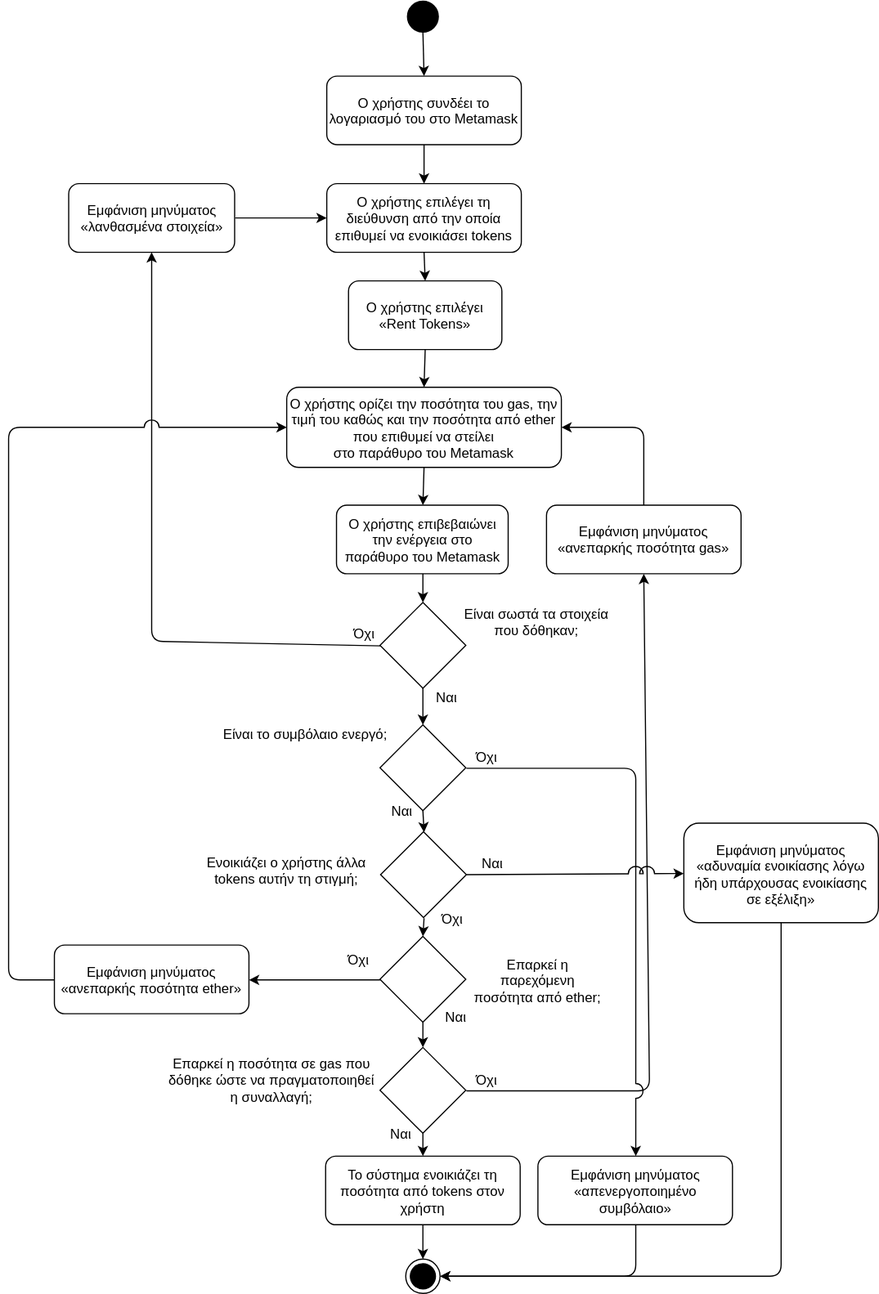
This is diagrams/RentTokens/RentTokens.svg from gkamtzir/Ethereum-ICO-Diploma-Thesis, a draw.io export, as it was before one commit. Source tidied: cells renumbered, new cells last; positions are measured from the earlier drawing's top-left corner, leaving out a move shared by most shapes.
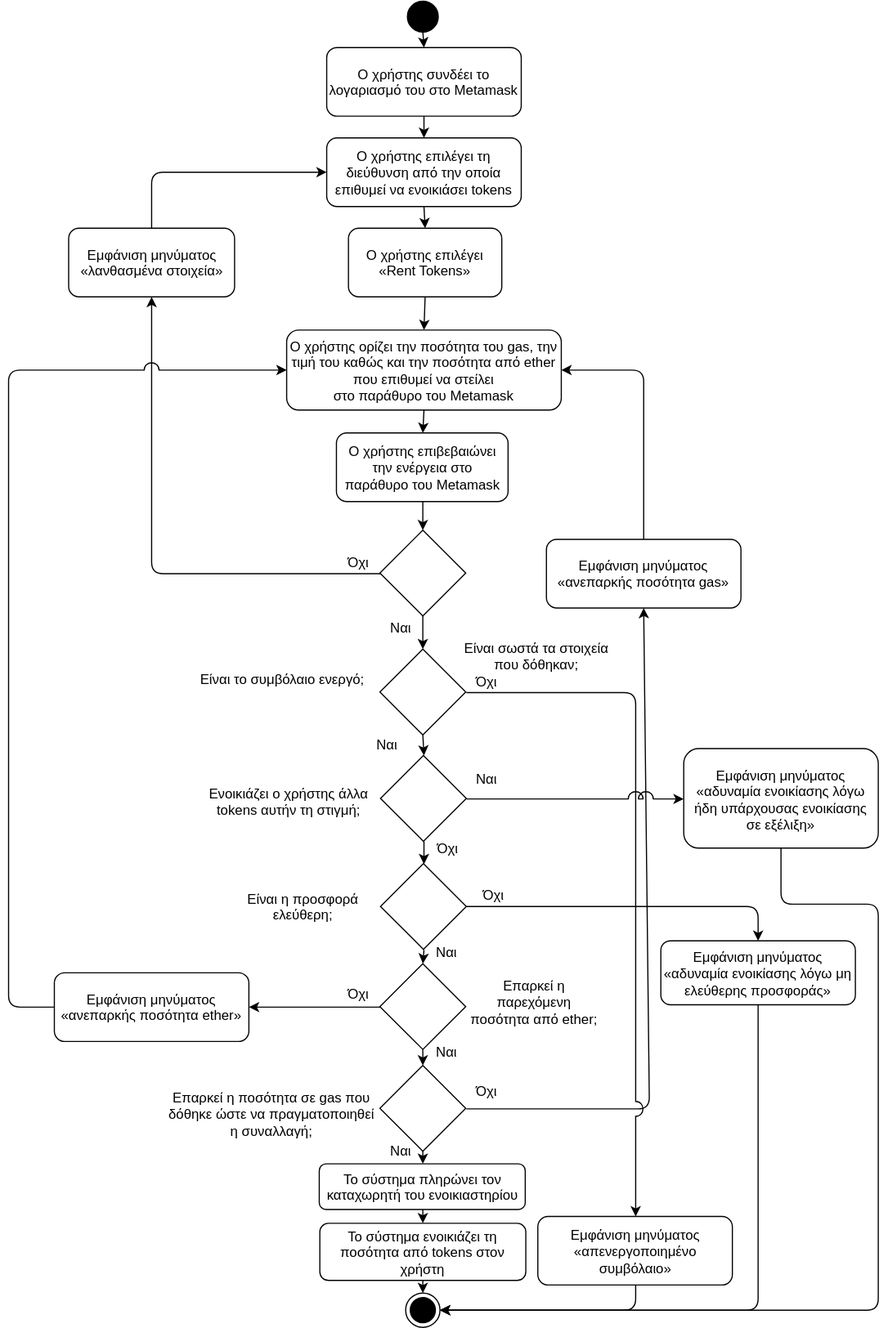
After the change.

Commit message:
Added new state and decision to RentToken flowchart.

The edit, as a diff of the source:
```diff
@@ -3,43 +3,43 @@
     <mxCell id="0" />
     <mxCell id="1" parent="0" />
     <mxCell id="2" style="ellipse;whiteSpace=wrap;html=1;fillColor=#000000;gradientColor=none;" parent="1" vertex="1">
-      <mxGeometry x="348" width="27" height="27" as="geometry" />
+      <mxGeometry x="348" y="-30" width="27" height="27" as="geometry" />
     </mxCell>
     <mxCell id="3" value="Ο χρήστης συνδέει το λογαριασμό του στο Metamask" style="rounded=1;whiteSpace=wrap;html=1;fillColor=#ffffff;gradientColor=none;" parent="1" vertex="1">
-      <mxGeometry x="278" y="66" width="170" height="60" as="geometry" />
+      <mxGeometry x="278" y="11" width="170" height="60" as="geometry" />
     </mxCell>
     <mxCell id="4" value="Ο χρήστης επιλέγει τη διεύθυνση από την οποία επιθυμεί να ενοικιάσει tokens" style="rounded=1;whiteSpace=wrap;html=1;fillColor=#ffffff;gradientColor=none;" parent="1" vertex="1">
-      <mxGeometry x="278" y="160" width="170" height="60" as="geometry" />
+      <mxGeometry x="278" y="90" width="170" height="60" as="geometry" />
     </mxCell>
     <mxCell id="5" value="Ο χρήστης επιλέγει «Rent Tokens»" style="rounded=1;whiteSpace=wrap;html=1;fillColor=#ffffff;gradientColor=none;" parent="1" vertex="1">
-      <mxGeometry x="297" y="245" width="134" height="60" as="geometry" />
+      <mxGeometry x="297" y="169" width="134" height="60" as="geometry" />
     </mxCell>
     <mxCell id="6" value="Ο χρήστης ορίζει την ποσότητα του gas, την τιμή του καθώς και την ποσότητα από ether που επιθυμεί να στείλει&lt;br&gt;στο παράθυρο του Metamask" style="rounded=1;whiteSpace=wrap;html=1;fillColor=#ffffff;gradientColor=none;" parent="1" vertex="1">
-      <mxGeometry x="243" y="338" width="240" height="70" as="geometry" />
+      <mxGeometry x="243" y="258" width="240" height="70" as="geometry" />
     </mxCell>
     <mxCell id="7" value="Ο χρήστης επιβεβαιώνει την ενέργεια στο παράθυρο του Metamask" style="rounded=1;whiteSpace=wrap;html=1;fillColor=#ffffff;gradientColor=none;" parent="1" vertex="1">
-      <mxGeometry x="286.5" y="441" width="150" height="60" as="geometry" />
+      <mxGeometry x="286.5" y="348" width="150" height="60" as="geometry" />
     </mxCell>
     <mxCell id="8" style="rhombus;whiteSpace=wrap;html=1;fillColor=#ffffff;gradientColor=none;" parent="1" vertex="1">
-      <mxGeometry x="324.5" y="526" width="75" height="75" as="geometry" />
+      <mxGeometry x="324.5" y="433" width="75" height="75" as="geometry" />
     </mxCell>
     <mxCell id="9" value="Είναι σωστά τα στοιχεία που δόθηκαν;" style="text;html=1;strokeColor=none;fillColor=none;align=center;verticalAlign=middle;whiteSpace=wrap;rounded=0;" parent="1" vertex="1">
       <mxGeometry x="390" y="513" width="143" height="60" as="geometry" />
     </mxCell>
     <mxCell id="10" style="rhombus;whiteSpace=wrap;html=1;fillColor=#ffffff;gradientColor=none;" parent="1" vertex="1">
-      <mxGeometry x="324.5" y="633" width="75" height="75" as="geometry" />
+      <mxGeometry x="324.5" y="537" width="75" height="75" as="geometry" />
     </mxCell>
     <mxCell id="11" value="Είναι το συμβόλαιο ενεργό;" style="text;html=1;strokeColor=none;fillColor=none;align=center;verticalAlign=middle;whiteSpace=wrap;rounded=0;" parent="1" vertex="1">
-      <mxGeometry x="169" y="620.5" width="179" height="40" as="geometry" />
+      <mxGeometry x="149" y="543" width="179" height="40" as="geometry" />
     </mxCell>
     <mxCell id="12" style="rhombus;whiteSpace=wrap;html=1;fillColor=#ffffff;gradientColor=none;" parent="1" vertex="1">
-      <mxGeometry x="324.5" y="818" width="75" height="75" as="geometry" />
+      <mxGeometry x="324.5" y="812" width="75" height="75" as="geometry" />
     </mxCell>
     <mxCell id="13" value="Επαρκεί η παρεχόμενη ποσότητα από ether;" style="text;html=1;strokeColor=none;fillColor=none;align=center;verticalAlign=middle;whiteSpace=wrap;rounded=0;" parent="1" vertex="1">
-      <mxGeometry x="402" y="835.5" width="121" height="40" as="geometry" />
+      <mxGeometry x="399" y="825" width="121" height="40" as="geometry" />
     </mxCell>
     <mxCell id="14" style="rhombus;whiteSpace=wrap;html=1;fillColor=#ffffff;gradientColor=none;" parent="1" vertex="1">
-      <mxGeometry x="324.5" y="915" width="75" height="75" as="geometry" />
+      <mxGeometry x="324.5" y="901" width="75" height="75" as="geometry" />
     </mxCell>
     <mxCell id="15" value="Επαρκεί η ποσότητα σε gas που δόθηκε ώστε να πραγματοποιηθεί η συναλλαγή;" style="text;html=1;strokeColor=none;fillColor=none;align=center;verticalAlign=middle;whiteSpace=wrap;rounded=0;" parent="1" vertex="1">
       <mxGeometry x="137.5" y="912.5" width="184" height="60" as="geometry" />
@@ -71,46 +71,46 @@
     <mxCell id="24" style="endArrow=classic;html=1;entryX=0.5;entryY=0;entryDx=0;entryDy=0;exitX=0.5;exitY=1;exitDx=0;exitDy=0;" parent="1" edge="1" source="12" target="14">
       <mxGeometry relative="1" as="geometry" />
     </mxCell>
-    <mxCell id="25" style="endArrow=classic;html=1;exitX=0.5;exitY=1;exitDx=0;exitDy=0;entryX=0.5;entryY=0;entryDx=0;entryDy=0;" parent="1" edge="1" source="14" target="45">
+    <mxCell id="25" style="endArrow=classic;html=1;exitX=0.5;exitY=1;exitDx=0;exitDy=0;entryX=0.5;entryY=0;entryDx=0;entryDy=0;" parent="1" edge="1" source="14" target="63">
       <mxGeometry relative="1" as="geometry" />
     </mxCell>
     <mxCell id="26" value="Εμφάνιση μηνύματος «λανθασμένα στοιχεία»" style="rounded=1;whiteSpace=wrap;html=1;" parent="1" vertex="1">
-      <mxGeometry x="52.5" y="160" width="145" height="60" as="geometry" />
+      <mxGeometry x="52.5" y="169" width="145" height="60" as="geometry" />
     </mxCell>
     <mxCell id="27" value="Εμφάνιση μηνύματος «ανεπαρκής ποσότητα&amp;nbsp;gas»" style="rounded=1;whiteSpace=wrap;html=1;" parent="1" vertex="1">
       <mxGeometry x="470" y="441" width="170" height="60" as="geometry" />
     </mxCell>
     <mxCell id="28" value="Εμφάνιση μηνύματος «απενεργοποιημένο συμβόλαιο»" style="rounded=1;whiteSpace=wrap;html=1;" parent="1" vertex="1">
-      <mxGeometry x="462.5" y="1010" width="170" height="60" as="geometry" />
+      <mxGeometry x="462.5" y="1033" width="170" height="60" as="geometry" />
     </mxCell>
     <mxCell id="29" value="Εμφάνιση μηνύματος «ανεπαρκής ποσότητα ether»" style="rounded=1;whiteSpace=wrap;html=1;" parent="1" vertex="1">
-      <mxGeometry x="40" y="825.5" width="170" height="60" as="geometry" />
+      <mxGeometry x="40" y="820" width="170" height="60" as="geometry" />
     </mxCell>
     <mxCell id="30" style="endArrow=classic;html=1;exitX=1;exitY=0.5;exitDx=0;exitDy=0;entryX=0.5;entryY=1;entryDx=0;entryDy=0;" parent="1" edge="1" source="14" target="27">
       <mxGeometry relative="1" as="geometry">
         <Array as="points">
-          <mxPoint x="560" y="953" />
+          <mxPoint x="560" y="939" />
         </Array>
       </mxGeometry>
     </mxCell>
     <mxCell id="31" style="endArrow=classic;html=1;exitX=0.5;exitY=0;exitDx=0;exitDy=0;entryX=1;entryY=0.5;entryDx=0;entryDy=0;" parent="1" edge="1" source="27" target="6">
       <mxGeometry relative="1" as="geometry">
         <Array as="points">
-          <mxPoint x="555" y="373" />
+          <mxPoint x="555" y="293" />
         </Array>
       </mxGeometry>
     </mxCell>
     <mxCell id="32" style="endArrow=classic;html=1;exitX=0;exitY=0.5;exitDx=0;exitDy=0;entryX=0.5;entryY=1;entryDx=0;entryDy=0;" parent="1" edge="1" source="8" target="26">
       <mxGeometry relative="1" as="geometry">
         <Array as="points">
-          <mxPoint x="125" y="560" />
+          <mxPoint x="125" y="471" />
         </Array>
       </mxGeometry>
     </mxCell>
     <mxCell id="33" style="endArrow=classic;html=1;exitX=1;exitY=0.5;exitDx=0;exitDy=0;entryX=0.5;entryY=0;entryDx=0;entryDy=0;jumpStyle=arc;jumpSize=13;" parent="1" edge="1" source="10" target="28">
       <mxGeometry relative="1" as="geometry">
         <Array as="points">
-          <mxPoint x="548" y="671" />
+          <mxPoint x="548" y="575" />
         </Array>
       </mxGeometry>
     </mxCell>
@@ -120,8 +120,8 @@
     <mxCell id="35" style="endArrow=classic;html=1;exitX=0;exitY=0.5;exitDx=0;exitDy=0;entryX=0;entryY=0.5;entryDx=0;entryDy=0;jumpStyle=arc;jumpSize=13;" parent="1" edge="1" source="29" target="6">
       <mxGeometry relative="1" as="geometry">
         <Array as="points">
-          <mxPoint y="856" />
-          <mxPoint y="373" />
+          <mxPoint y="850" />
+          <mxPoint y="293" />
         </Array>
       </mxGeometry>
     </mxCell>
@@ -133,31 +133,31 @@
       </mxGeometry>
     </mxCell>
     <mxCell id="37" value="Όχι" style="text;html=1;strokeColor=none;fillColor=none;align=center;verticalAlign=middle;whiteSpace=wrap;rounded=0;" parent="1" vertex="1">
-      <mxGeometry x="290" y="543" width="40" height="20" as="geometry" />
+      <mxGeometry x="285" y="451" width="40" height="20" as="geometry" />
     </mxCell>
     <mxCell id="38" value="Ναι" style="text;html=1;strokeColor=none;fillColor=none;align=center;verticalAlign=middle;whiteSpace=wrap;rounded=0;" parent="1" vertex="1">
-      <mxGeometry x="362" y="599" width="40" height="20" as="geometry" />
+      <mxGeometry x="321.5" y="508" width="40" height="20" as="geometry" />
     </mxCell>
     <mxCell id="39" value="Ναι" style="text;html=1;strokeColor=none;fillColor=none;align=center;verticalAlign=middle;whiteSpace=wrap;rounded=0;" parent="1" vertex="1">
-      <mxGeometry x="323" y="698" width="40" height="20" as="geometry" />
+      <mxGeometry x="310" y="610" width="40" height="20" as="geometry" />
     </mxCell>
     <mxCell id="40" value="Όχι" style="text;html=1;strokeColor=none;fillColor=none;align=center;verticalAlign=middle;whiteSpace=wrap;rounded=0;" parent="1" vertex="1">
-      <mxGeometry x="396.5" y="650.5" width="40" height="20" as="geometry" />
+      <mxGeometry x="396.5" y="554.5" width="40" height="20" as="geometry" />
     </mxCell>
     <mxCell id="41" value="Ναι" style="text;html=1;strokeColor=none;fillColor=none;align=center;verticalAlign=middle;whiteSpace=wrap;rounded=0;" parent="1" vertex="1">
-      <mxGeometry x="370" y="877.5" width="40" height="20" as="geometry" />
+      <mxGeometry x="362" y="879" width="40" height="20" as="geometry" />
     </mxCell>
     <mxCell id="42" value="Όχι" style="text;html=1;strokeColor=none;fillColor=none;align=center;verticalAlign=middle;whiteSpace=wrap;rounded=0;" parent="1" vertex="1">
       <mxGeometry x="284.5" y="827.5" width="40" height="20" as="geometry" />
     </mxCell>
     <mxCell id="43" value="Ναι" style="text;html=1;strokeColor=none;fillColor=none;align=center;verticalAlign=middle;whiteSpace=wrap;rounded=0;" parent="1" vertex="1">
-      <mxGeometry x="321.5" y="980" width="40" height="20" as="geometry" />
+      <mxGeometry x="321.5" y="965" width="40" height="20" as="geometry" />
     </mxCell>
     <mxCell id="44" value="Όχι" style="text;html=1;strokeColor=none;fillColor=none;align=center;verticalAlign=middle;whiteSpace=wrap;rounded=0;" parent="1" vertex="1">
-      <mxGeometry x="396.5" y="932.5" width="40" height="20" as="geometry" />
+      <mxGeometry x="396.5" y="912.5" width="40" height="20" as="geometry" />
     </mxCell>
     <mxCell id="45" value="Το σύστημα ενοικιάζει τη ποσότητα από tokens στον χρήστη" style="rounded=1;whiteSpace=wrap;html=1;" parent="1" vertex="1">
-      <mxGeometry x="277" y="1010" width="170" height="60" as="geometry" />
+      <mxGeometry x="272" y="1039" width="180" height="50" as="geometry" />
     </mxCell>
     <mxCell id="46" style="endArrow=classic;html=1;exitX=0.5;exitY=1;exitDx=0;exitDy=0;entryX=0.5;entryY=0;entryDx=0;entryDy=0;" parent="1" edge="1" source="45" target="47">
       <mxGeometry relative="1" as="geometry" />
@@ -165,26 +165,27 @@
     <mxCell id="47" style="ellipse;html=1;shape=endState;fillColor=#000000;strokeColor=#000000;" parent="1" vertex="1">
       <mxGeometry x="347" y="1100" width="30" height="30" as="geometry" />
     </mxCell>
-    <mxCell id="48" style="endArrow=classic;html=1;exitX=1;exitY=0.5;exitDx=0;exitDy=0;entryX=0;entryY=0.5;entryDx=0;entryDy=0;" parent="1" edge="1" source="26" target="4">
-      <mxGeometry relative="1" as="geometry" />
+    <mxCell id="48" style="endArrow=classic;html=1;exitX=0.5;exitY=0;exitDx=0;exitDy=0;entryX=0;entryY=0.5;entryDx=0;entryDy=0;" parent="1" edge="1" source="26" target="4">
+      <mxGeometry relative="1" as="geometry">
+        <Array as="points">
+          <mxPoint x="125" y="120" />
+        </Array>
+      </mxGeometry>
     </mxCell>
     <mxCell id="49" style="rhombus;whiteSpace=wrap;html=1;fillColor=#ffffff;gradientColor=none;" parent="1" vertex="1">
-      <mxGeometry x="325" y="726.5" width="75" height="75" as="geometry" />
+      <mxGeometry x="325" y="630" width="75" height="75" as="geometry" />
     </mxCell>
     <mxCell id="50" value="Ενοικιάζει ο χρήστης άλλα tokens αυτήν τη στιγμή;" style="text;html=1;strokeColor=none;fillColor=none;align=center;verticalAlign=middle;whiteSpace=wrap;rounded=0;" parent="1" vertex="1">
-      <mxGeometry x="158" y="730" width="170" height="60" as="geometry" />
+      <mxGeometry x="160" y="640" width="170" height="60" as="geometry" />
     </mxCell>
-    <mxCell id="51" style="endArrow=classic;html=1;exitX=0.5;exitY=1;exitDx=0;exitDy=0;entryX=0.5;entryY=0;entryDx=0;entryDy=0;" parent="1" edge="1" source="49" target="12">
-      <mxGeometry relative="1" as="geometry" />
-    </mxCell>
     <mxCell id="52" value="Όχι" style="text;html=1;strokeColor=none;fillColor=none;align=center;verticalAlign=middle;whiteSpace=wrap;rounded=0;" parent="1" vertex="1">
-      <mxGeometry x="366.5" y="791.5" width="40" height="20" as="geometry" />
+      <mxGeometry x="363" y="701" width="40" height="20" as="geometry" />
     </mxCell>
     <mxCell id="53" value="Ναι" style="text;html=1;strokeColor=none;fillColor=none;align=center;verticalAlign=middle;whiteSpace=wrap;rounded=0;" parent="1" vertex="1">
-      <mxGeometry x="402" y="744" width="40" height="20" as="geometry" />
+      <mxGeometry x="396.5" y="640" width="40" height="20" as="geometry" />
     </mxCell>
     <mxCell id="54" value="Εμφάνιση μηνύματος «αδυναμία ενοικίασης λόγω ήδη υπάρχουσας ενοικίασης σε εξέλιξη»" style="rounded=1;whiteSpace=wrap;html=1;" parent="1" vertex="1">
-      <mxGeometry x="590" y="719" width="170" height="87" as="geometry" />
+      <mxGeometry x="590" y="624" width="170" height="87" as="geometry" />
     </mxCell>
     <mxCell id="55" style="endArrow=classic;html=1;exitX=1;exitY=0.5;exitDx=0;exitDy=0;entryX=0;entryY=0.5;entryDx=0;entryDy=0;jumpSize=13;jumpStyle=arc;" parent="1" edge="1" source="49" target="54">
       <mxGeometry relative="1" as="geometry" />
@@ -192,9 +193,52 @@
     <mxCell id="56" style="endArrow=classic;html=1;exitX=0.5;exitY=1;exitDx=0;exitDy=0;entryX=1;entryY=0.5;entryDx=0;entryDy=0;" parent="1" edge="1" source="54" target="47">
       <mxGeometry relative="1" as="geometry">
         <Array as="points">
-          <mxPoint x="675" y="1115" />
+          <mxPoint x="675" y="760" />
+          <mxPoint x="760" y="760" />
+          <mxPoint x="760" y="1115" />
         </Array>
       </mxGeometry>
     </mxCell>
+    <mxCell id="57" style="rhombus;whiteSpace=wrap;html=1;fillColor=#ffffff;gradientColor=none;" parent="1" vertex="1">
+      <mxGeometry x="325" y="724.5" width="75" height="75" as="geometry" />
+    </mxCell>
+    <mxCell id="58" value="Είναι η προσφορά ελεύθερη;" style="text;html=1;strokeColor=none;fillColor=none;align=center;verticalAlign=middle;whiteSpace=wrap;rounded=0;" parent="1" vertex="1">
+      <mxGeometry x="192.5" y="732" width="129" height="60" as="geometry" />
+    </mxCell>
+    <mxCell id="59" style="endArrow=classic;html=1;exitX=0.5;exitY=1;exitDx=0;exitDy=0;entryX=0.5;entryY=0;entryDx=0;entryDy=0;" parent="1" edge="1" source="49" target="57">
+      <mxGeometry relative="1" as="geometry" />
+    </mxCell>
+    <mxCell id="60" style="endArrow=classic;html=1;exitX=0.5;exitY=1;exitDx=0;exitDy=0;entryX=0.5;entryY=0;entryDx=0;entryDy=0;" parent="1" edge="1" source="57" target="12">
+      <mxGeometry relative="1" as="geometry" />
+    </mxCell>
+    <mxCell id="61" value="Όχι" style="text;html=1;strokeColor=none;fillColor=none;align=center;verticalAlign=middle;whiteSpace=wrap;rounded=0;" parent="1" vertex="1">
+      <mxGeometry x="403" y="742" width="40" height="20" as="geometry" />
+    </mxCell>
+    <mxCell id="62" value="Ναι" style="text;html=1;strokeColor=none;fillColor=none;align=center;verticalAlign=middle;whiteSpace=wrap;rounded=0;" parent="1" vertex="1">
+      <mxGeometry x="361.5" y="792" width="40" height="20" as="geometry" />
+    </mxCell>
+    <mxCell id="63" value="Το σύστημα πληρώνει τον καταχωρητή του ενοικιαστηρίου" style="rounded=1;whiteSpace=wrap;html=1;" parent="1" vertex="1">
+      <mxGeometry x="271.5" y="987" width="180" height="40" as="geometry" />
+    </mxCell>
+    <mxCell id="64" style="endArrow=classic;html=1;exitX=0.5;exitY=1;exitDx=0;exitDy=0;entryX=0.5;entryY=0;entryDx=0;entryDy=0;" parent="1" edge="1" source="63" target="45">
+      <mxGeometry relative="1" as="geometry" />
+    </mxCell>
+    <mxCell id="65" style="endArrow=classic;html=1;exitX=1;exitY=0.5;exitDx=0;exitDy=0;entryX=0.5;entryY=0;entryDx=0;entryDy=0;" parent="1" edge="1" source="57" target="66">
+      <mxGeometry relative="1" as="geometry">
+        <Array as="points">
+          <mxPoint x="655" y="762" />
+        </Array>
+      </mxGeometry>
+    </mxCell>
+    <mxCell id="66" value="Εμφάνιση μηνύματος «αδυναμία ενοικίασης λόγω μη ελεύθερης προσφοράς»" style="rounded=1;whiteSpace=wrap;html=1;" parent="1" vertex="1">
+      <mxGeometry x="570" y="792" width="170" height="56" as="geometry" />
+    </mxCell>
+    <mxCell id="67" style="endArrow=classic;html=1;exitX=0.5;exitY=1;exitDx=0;exitDy=0;entryX=1;entryY=0.5;entryDx=0;entryDy=0;" parent="1" edge="1" source="66" target="47">
+      <mxGeometry relative="1" as="geometry">
+        <Array as="points">
+          <mxPoint x="655" y="1115" />
+        </Array>
+      </mxGeometry>
+    </mxCell>
   </root>
 </mxGraphModel>
```
